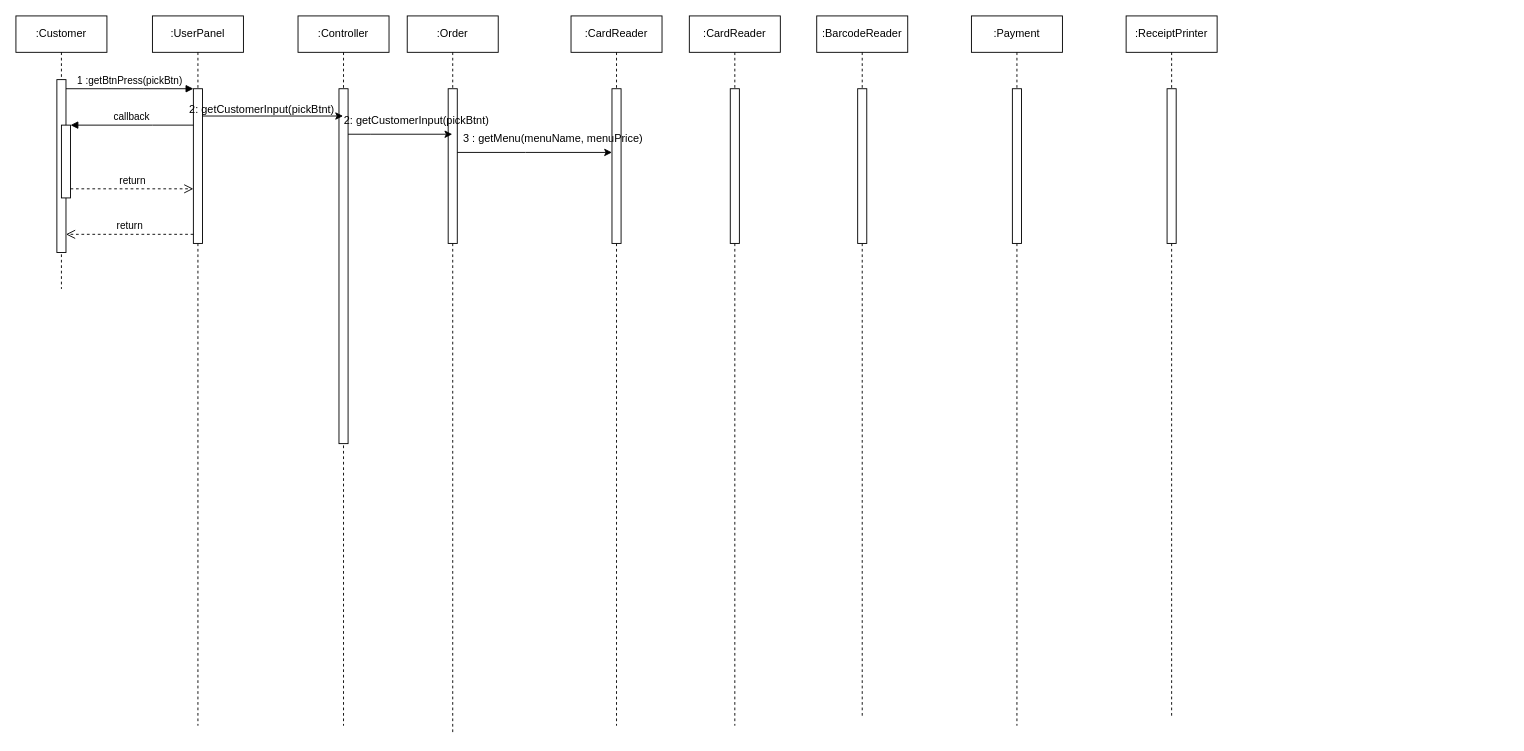
Before: 제목 없는 다이어그램.drawio in SSWU-light-2021/kiosk_UML, a draw.io diagram. Source tidied: cells renumbered, new cells numbered last; positions are measured from the earlier drawing's top-left corner, leaving out a move shared by most shapes. Both pictures are drawn from the tidied source at 91%, with x=0, y=0 at pixel (15, 15).
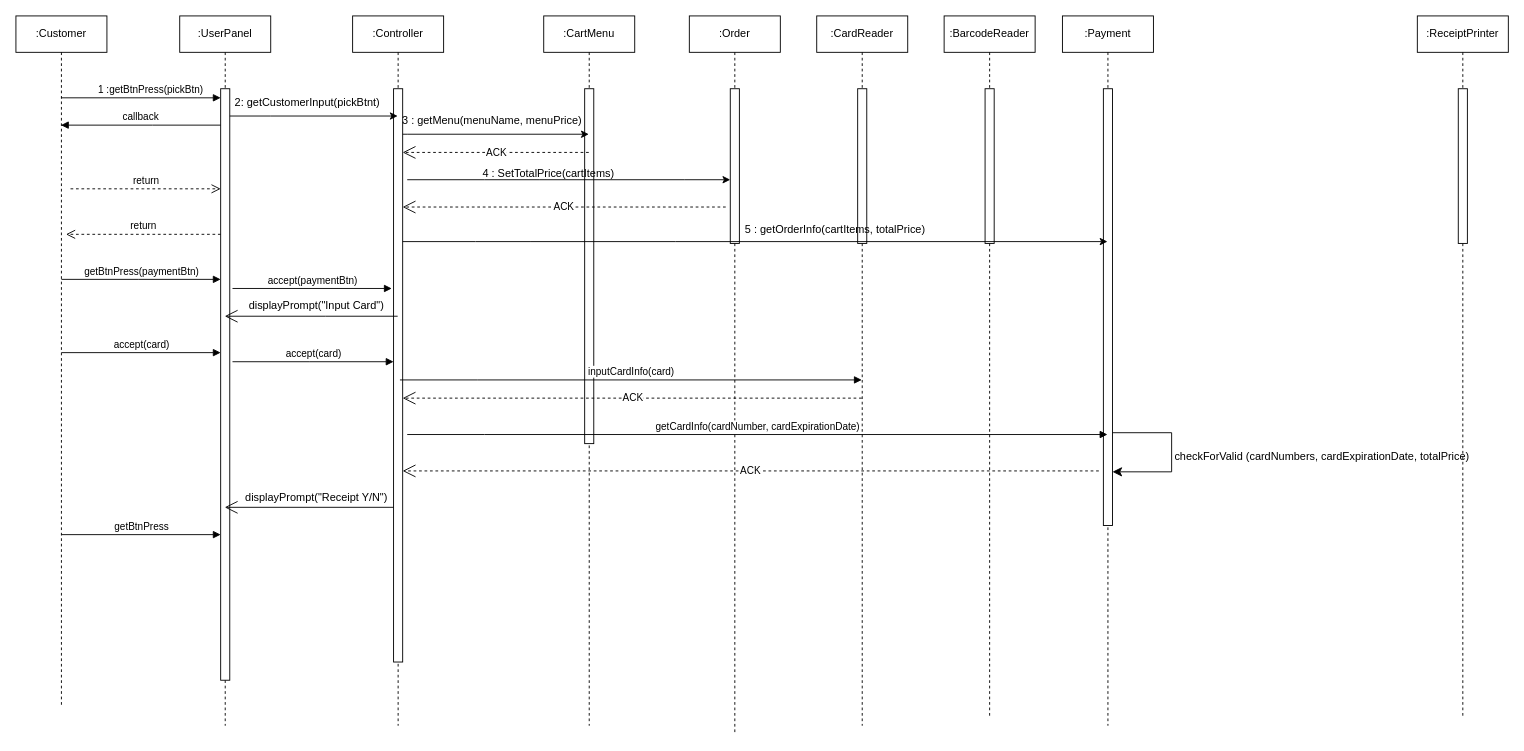
Above is the later version.

Commit message (it also covers changes not shown here):
제목 없는 다이어그램.drawio 업데이트

The change refers to these unchanged cells:
```xml
<mxCell id="14" style="html=1;points=[];perimeter=orthogonalPerimeter;outlineConnect=0;targetShapes=umlLifeline;portConstraint=eastwest;newEdgeStyle={&quot;edgeStyle&quot;:&quot;elbowEdgeStyle&quot;,&quot;elbow&quot;:&quot;vertical&quot;,&quot;curved&quot;:0,&quot;rounded&quot;:0};" parent="13" vertex="1">
  <mxGeometry x="45" y="80" width="10" height="170" as="geometry" />
</mxCell>
```

The edit, as a diff of the source:
```diff
@@
     <mxCell id="2" value=":Customer" style="shape=umlLifeline;perimeter=lifelinePerimeter;whiteSpace=wrap;html=1;outlineConnect=0;portConstraint=eastwest;newEdgeStyle={&quot;edgeStyle&quot;:&quot;elbowEdgeStyle&quot;,&quot;elbow&quot;:&quot;vertical&quot;,&quot;curved&quot;:0,&quot;rounded&quot;:0};" parent="1" vertex="1">
-      <mxGeometry width="100" height="300" as="geometry" />
+      <mxGeometry width="100" height="760" as="geometry" />
     </mxCell>
-    <mxCell id="3" style="html=1;points=[];perimeter=orthogonalPerimeter;outlineConnect=0;targetShapes=umlLifeline;portConstraint=eastwest;newEdgeStyle={&quot;edgeStyle&quot;:&quot;elbowEdgeStyle&quot;,&quot;elbow&quot;:&quot;vertical&quot;,&quot;curved&quot;:0,&quot;rounded&quot;:0};" parent="2" vertex="1">
-      <mxGeometry x="45" y="70" width="10" height="190" as="geometry" />
-    </mxCell>
-    <mxCell id="4" style="html=1;points=[];perimeter=orthogonalPerimeter;outlineConnect=0;targetShapes=umlLifeline;portConstraint=eastwest;newEdgeStyle={&quot;edgeStyle&quot;:&quot;elbowEdgeStyle&quot;,&quot;elbow&quot;:&quot;vertical&quot;,&quot;curved&quot;:0,&quot;rounded&quot;:0};" parent="2" vertex="1">
-      <mxGeometry x="50" y="120" width="10" height="80" as="geometry" />
-    </mxCell>
     <mxCell id="5" value=":UserPanel" style="shape=umlLifeline;perimeter=lifelinePerimeter;whiteSpace=wrap;html=1;outlineConnect=0;portConstraint=eastwest;newEdgeStyle={&quot;edgeStyle&quot;:&quot;elbowEdgeStyle&quot;,&quot;elbow&quot;:&quot;vertical&quot;,&quot;curved&quot;:0,&quot;rounded&quot;:0};" parent="1" vertex="1">
-      <mxGeometry x="150" width="100" height="780" as="geometry" />
+      <mxGeometry x="180" width="100" height="780" as="geometry" />
     </mxCell>
     <mxCell id="6" style="html=1;points=[];perimeter=orthogonalPerimeter;outlineConnect=0;targetShapes=umlLifeline;portConstraint=eastwest;newEdgeStyle={&quot;edgeStyle&quot;:&quot;elbowEdgeStyle&quot;,&quot;elbow&quot;:&quot;vertical&quot;,&quot;curved&quot;:0,&quot;rounded&quot;:0};" parent="5" vertex="1">
-      <mxGeometry x="45" y="80" width="10" height="170" as="geometry" />
+      <mxGeometry x="45" y="80" width="10" height="650" as="geometry" />
     </mxCell>
-    <mxCell id="7" value="1 :getBtnPress(pickBtn)" style="html=1;verticalAlign=bottom;endArrow=block;edgeStyle=elbowEdgeStyle;elbow=vertical;curved=0;rounded=0;" parent="1" edge="1" source="3" target="6">
-      <mxGeometry relative="1" as="geometry">
+    <mxCell id="7" value="1 :getBtnPress(pickBtn)" style="html=1;verticalAlign=bottom;endArrow=block;edgeStyle=elbowEdgeStyle;elbow=vertical;curved=0;rounded=0;" parent="1" edge="1" source="2" target="6">
+      <mxGeometry x="0.12" relative="1" as="geometry">
         <Array as="points">
+          <mxPoint x="200" y="90" />
           <mxPoint x="140" y="80" />
         </Array>
       </mxGeometry>
     </mxCell>
-    <mxCell id="8" value="return" style="html=1;verticalAlign=bottom;endArrow=open;dashed=1;endSize=8;edgeStyle=elbowEdgeStyle;elbow=vertical;curved=0;rounded=0;" parent="1" edge="1" source="6" target="3">
+    <mxCell id="8" value="return" style="html=1;verticalAlign=bottom;endArrow=open;dashed=1;endSize=8;edgeStyle=elbowEdgeStyle;elbow=vertical;curved=0;rounded=0;" parent="1" edge="1" source="6">
       <mxGeometry relative="1" as="geometry">
+        <mxPoint x="55" y="240" as="targetPoint" />
         <Array as="points">
           <mxPoint x="150" y="240" />
         </Array>
       </mxGeometry>
     </mxCell>
-    <mxCell id="9" value="callback" style="html=1;verticalAlign=bottom;endArrow=block;edgeStyle=elbowEdgeStyle;elbow=vertical;curved=0;rounded=0;" parent="1" edge="1" source="6" target="4">
+    <mxCell id="9" value="callback" style="html=1;verticalAlign=bottom;endArrow=block;edgeStyle=elbowEdgeStyle;elbow=vertical;curved=0;rounded=0;" parent="1" edge="1" source="6" target="2">
       <mxGeometry relative="1" as="geometry">
         <Array as="points">
           <mxPoint x="150" y="120" />
         </Array>
       </mxGeometry>
     </mxCell>
-    <mxCell id="10" value="return" style="html=1;verticalAlign=bottom;endArrow=open;dashed=1;endSize=8;edgeStyle=elbowEdgeStyle;elbow=vertical;curved=0;rounded=0;" parent="1" edge="1" source="4" target="6">
+    <mxCell id="10" value="return" style="html=1;verticalAlign=bottom;endArrow=open;dashed=1;endSize=8;edgeStyle=elbowEdgeStyle;elbow=vertical;curved=0;rounded=0;" parent="1" edge="1" target="6">
       <mxGeometry relative="1" as="geometry">
+        <mxPoint x="60" y="190" as="sourcePoint" />
         <Array as="points">
           <mxPoint x="140" y="190" />
         </Array>
       </mxGeometry>
     </mxCell>
     <mxCell id="11" value=":Controller" style="shape=umlLifeline;perimeter=lifelinePerimeter;whiteSpace=wrap;html=1;outlineConnect=0;portConstraint=eastwest;newEdgeStyle={&quot;edgeStyle&quot;:&quot;elbowEdgeStyle&quot;,&quot;elbow&quot;:&quot;vertical&quot;,&quot;curved&quot;:0,&quot;rounded&quot;:0};" parent="1" vertex="1">
-      <mxGeometry x="310" width="100" height="780" as="geometry" />
+      <mxGeometry x="370" width="100" height="780" as="geometry" />
     </mxCell>
     <mxCell id="12" style="html=1;points=[];perimeter=orthogonalPerimeter;outlineConnect=0;targetShapes=umlLifeline;portConstraint=eastwest;newEdgeStyle={&quot;edgeStyle&quot;:&quot;elbowEdgeStyle&quot;,&quot;elbow&quot;:&quot;vertical&quot;,&quot;curved&quot;:0,&quot;rounded&quot;:0};" parent="11" vertex="1">
-      <mxGeometry x="45" y="80" width="10" height="390" as="geometry" />
+      <mxGeometry x="45" y="80" width="10" height="630" as="geometry" />
     </mxCell>
     <mxCell id="13" value=":Order" style="shape=umlLifeline;perimeter=lifelinePerimeter;whiteSpace=wrap;html=1;outlineConnect=0;portConstraint=eastwest;newEdgeStyle={&quot;edgeStyle&quot;:&quot;elbowEdgeStyle&quot;,&quot;elbow&quot;:&quot;vertical&quot;,&quot;curved&quot;:0,&quot;rounded&quot;:0};" parent="1" vertex="1">
-      <mxGeometry x="430" width="100" height="790" as="geometry" />
+      <mxGeometry x="740" width="100" height="790" as="geometry" />
     </mxCell>
@@
     <mxCell id="15" value=":CardReader" style="shape=umlLifeline;perimeter=lifelinePerimeter;whiteSpace=wrap;html=1;outlineConnect=0;portConstraint=eastwest;newEdgeStyle={&quot;edgeStyle&quot;:&quot;elbowEdgeStyle&quot;,&quot;elbow&quot;:&quot;vertical&quot;,&quot;curved&quot;:0,&quot;rounded&quot;:0};" parent="1" vertex="1">
-      <mxGeometry x="740" width="100" height="780" as="geometry" />
+      <mxGeometry x="880" width="100" height="780" as="geometry" />
     </mxCell>
@@
     <mxCell id="17" value=":BarcodeReader" style="shape=umlLifeline;perimeter=lifelinePerimeter;whiteSpace=wrap;html=1;newEdgeStyle={&quot;edgeStyle&quot;:&quot;elbowEdgeStyle&quot;,&quot;elbow&quot;:&quot;vertical&quot;,&quot;curved&quot;:0,&quot;rounded&quot;:0};" parent="1" vertex="1">
-      <mxGeometry x="880" width="100" height="770" as="geometry" />
+      <mxGeometry x="1020" width="100" height="770" as="geometry" />
     </mxCell>
@@
     <mxCell id="19" value=":Payment" style="shape=umlLifeline;perimeter=lifelinePerimeter;whiteSpace=wrap;html=1;outlineConnect=0;portConstraint=eastwest;newEdgeStyle={&quot;edgeStyle&quot;:&quot;elbowEdgeStyle&quot;,&quot;elbow&quot;:&quot;vertical&quot;,&quot;curved&quot;:0,&quot;rounded&quot;:0};" parent="1" vertex="1">
-      <mxGeometry x="1050" width="100" height="780" as="geometry" />
+      <mxGeometry x="1150" width="100" height="780" as="geometry" />
     </mxCell>
     <mxCell id="20" style="html=1;perimeter=orthogonalPerimeter;targetShapes=umlLifeline;newEdgeStyle={&quot;edgeStyle&quot;:&quot;elbowEdgeStyle&quot;,&quot;elbow&quot;:&quot;vertical&quot;,&quot;curved&quot;:0,&quot;rounded&quot;:0};" parent="19" vertex="1">
-      <mxGeometry x="45" y="80" width="10" height="170" as="geometry" />
+      <mxGeometry x="45" y="80" width="10" height="480" as="geometry" />
     </mxCell>
+    <mxCell id="31" style="edgeStyle=segmentEdgeStyle;endArrow=classic;html=1;curved=0;rounded=0;endSize=8;startSize=8;" parent="19" edge="1">
+      <mxGeometry relative="1" as="geometry">
+        <mxPoint x="55" y="458" as="sourcePoint" />
+        <mxPoint x="55" y="501" as="targetPoint" />
+        <Array as="points">
+          <mxPoint x="120" y="458" />
+          <mxPoint x="120" y="501" />
+        </Array>
+      </mxGeometry>
+    </mxCell>
     <mxCell id="21" value=":ReceiptPrinter" style="shape=umlLifeline;perimeter=lifelinePerimeter;whiteSpace=wrap;html=1;newEdgeStyle={&quot;edgeStyle&quot;:&quot;elbowEdgeStyle&quot;,&quot;elbow&quot;:&quot;vertical&quot;,&quot;curved&quot;:0,&quot;rounded&quot;:0};" parent="1" vertex="1">
-      <mxGeometry x="1220" width="100" height="770" as="geometry" />
+      <mxGeometry x="1540" width="100" height="770" as="geometry" />
     </mxCell>
@@
     <mxCell id="24" value="2: getCustomerInput(pickBtnt)" style="text;html=1;align=center;verticalAlign=middle;strokeColor=none;fillColor=none;" parent="1" vertex="1">
-      <mxGeometry x="180" y="88" width="180" height="30" as="geometry" />
+      <mxGeometry x="230" y="80" width="180" height="30" as="geometry" />
     </mxCell>
+    <mxCell id="32" value=":CartMenu" style="shape=umlLifeline;perimeter=lifelinePerimeter;whiteSpace=wrap;html=1;outlineConnect=0;portConstraint=eastwest;newEdgeStyle={&quot;edgeStyle&quot;:&quot;elbowEdgeStyle&quot;,&quot;elbow&quot;:&quot;vertical&quot;,&quot;curved&quot;:0,&quot;rounded&quot;:0};" parent="1" vertex="1">
+      <mxGeometry x="580" width="100" height="780" as="geometry" />
+    </mxCell>
+    <mxCell id="33" style="html=1;perimeter=orthogonalPerimeter;targetShapes=umlLifeline;newEdgeStyle={&quot;edgeStyle&quot;:&quot;elbowEdgeStyle&quot;,&quot;elbow&quot;:&quot;vertical&quot;,&quot;curved&quot;:0,&quot;rounded&quot;:0};" parent="32" vertex="1">
+      <mxGeometry x="45" y="80" width="10" height="390" as="geometry" />
+    </mxCell>
+    <mxCell id="30" value="3 : getMenu(menuName, menuPrice)" style="text;html=1;align=center;verticalAlign=middle;strokeColor=none;fillColor=none;" parent="1" vertex="1">
+      <mxGeometry x="413" y="100" width="220" height="30" as="geometry" />
+    </mxCell>
-    <mxCell id="25" style="endArrow=classic;html=1;rounded=0;" parent="1" edge="1" source="12" target="13">
+    <mxCell id="25" style="endArrow=classic;html=1;rounded=0;" parent="1" edge="1" source="12" target="32">
       <mxGeometry relative="1" as="geometry">
         <Array as="points">
-          <mxPoint x="390" y="130" />
+          <mxPoint x="430" y="130" />
         </Array>
       </mxGeometry>
     </mxCell>
-    <mxCell id="26" value="2: getCustomerInput(pickBtnt)" style="text;html=1;align=center;verticalAlign=middle;strokeColor=none;fillColor=none;" parent="1" vertex="1">
-      <mxGeometry x="350" y="100" width="180" height="30" as="geometry" />
-    </mxCell>
-    <mxCell id="27" value=":CardReader" style="shape=umlLifeline;perimeter=lifelinePerimeter;whiteSpace=wrap;html=1;newEdgeStyle={&quot;edgeStyle&quot;:&quot;elbowEdgeStyle&quot;,&quot;elbow&quot;:&quot;vertical&quot;,&quot;curved&quot;:0,&quot;rounded&quot;:0};size=40;" parent="1" vertex="1">
-      <mxGeometry x="610" width="100" height="780" as="geometry" />
-    </mxCell>
-    <mxCell id="28" style="html=1;points=[];perimeter=orthogonalPerimeter;outlineConnect=0;targetShapes=umlLifeline;portConstraint=eastwest;newEdgeStyle={&quot;edgeStyle&quot;:&quot;elbowEdgeStyle&quot;,&quot;elbow&quot;:&quot;vertical&quot;,&quot;curved&quot;:0,&quot;rounded&quot;:0};" parent="27" vertex="1">
-      <mxGeometry x="45" y="80" width="10" height="170" as="geometry" />
-    </mxCell>
-    <mxCell id="29" style="endArrow=classic;html=1;rounded=0;" parent="1" edge="1" source="14" target="28">
-      <mxGeometry relative="1" as="geometry">
-        <Array as="points">
-          <mxPoint x="560" y="150" />
-        </Array>
-      </mxGeometry>
-    </mxCell>
-    <mxCell id="30" value="3 : getMenu(menuName, menuPrice)" style="text;html=1;align=center;verticalAlign=middle;strokeColor=none;fillColor=none;" parent="1" vertex="1">
-      <mxGeometry x="480" y="120" width="220" height="30" as="geometry" />
-    </mxCell>
+    <mxCell id="34" value="ACK" style="endArrow=open;endSize=12;dashed=1;html=1;rounded=0;" parent="1" edge="1" source="32" target="12">
+      <mxGeometry relative="1" as="geometry">
+        <Array as="points">
+          <mxPoint x="520" y="150" />
+          <mxPoint x="450" y="150" />
+        </Array>
+      </mxGeometry>
+    </mxCell>
+    <mxCell id="35" style="endArrow=classic;html=1;rounded=0;" parent="1" edge="1" target="14">
+      <mxGeometry relative="1" as="geometry">
+        <mxPoint x="430" y="180" as="sourcePoint" />
+        <Array as="points">
+          <mxPoint x="515" y="180" />
+          <mxPoint x="575" y="180" />
+          <mxPoint x="735" y="180" />
+        </Array>
+      </mxGeometry>
+    </mxCell>
+    <mxCell id="36" value="4 :&amp;nbsp;SetTotalPrice(cartItems)" style="text;html=1;align=center;verticalAlign=middle;strokeColor=none;fillColor=none;" parent="1" vertex="1">
+      <mxGeometry x="500" y="158" width="170" height="30" as="geometry" />
+    </mxCell>
+    <mxCell id="37" value="ACK" style="endArrow=open;endSize=12;dashed=1;html=1;rounded=0;" parent="1" edge="1" target="12">
+      <mxGeometry relative="1" as="geometry">
+        <mxPoint x="780" y="210" as="sourcePoint" />
+        <Array as="points">
+          <mxPoint x="590" y="210" />
+        </Array>
+      </mxGeometry>
+    </mxCell>
+    <mxCell id="38" style="endArrow=classic;html=1;rounded=0;" parent="1" edge="1" source="12" target="19">
+      <mxGeometry relative="1" as="geometry">
+        <Array as="points">
+          <mxPoint x="505" y="248" />
+          <mxPoint x="565" y="248" />
+          <mxPoint x="725" y="248" />
+        </Array>
+      </mxGeometry>
+    </mxCell>
+    <mxCell id="39" value="5 : getOrderInfo(cartItems, totalPrice)" style="text;html=1;align=center;verticalAlign=middle;strokeColor=none;fillColor=none;" parent="1" vertex="1">
+      <mxGeometry x="790" y="220" width="220" height="30" as="geometry" />
+    </mxCell>
+    <mxCell id="40" value="getBtnPress(paymentBtn)" style="html=1;verticalAlign=bottom;endArrow=block;edgeStyle=elbowEdgeStyle;elbow=vertical;curved=0;rounded=0;" parent="1" edge="1" target="6">
+      <mxGeometry relative="1" as="geometry">
+        <mxPoint x="50" y="289.5" as="sourcePoint" />
+        <Array as="points">
+          <mxPoint x="135" y="289.5" />
+        </Array>
+      </mxGeometry>
+    </mxCell>
+    <mxCell id="41" value="accept(paymentBtn)" style="html=1;verticalAlign=bottom;endArrow=block;edgeStyle=elbowEdgeStyle;elbow=vertical;curved=0;rounded=0;" parent="1" edge="1">
+      <mxGeometry relative="1" as="geometry">
+        <mxPoint x="238" y="299.5" as="sourcePoint" />
+        <mxPoint x="413" y="300" as="targetPoint" />
+        <Array as="points">
+          <mxPoint x="323" y="299.5" />
+        </Array>
+      </mxGeometry>
+    </mxCell>
+    <mxCell id="42" value="accept(card)" style="html=1;verticalAlign=bottom;endArrow=block;edgeStyle=elbowEdgeStyle;elbow=vertical;curved=0;rounded=0;" parent="1" edge="1">
+      <mxGeometry relative="1" as="geometry">
+        <mxPoint x="50" y="370" as="sourcePoint" />
+        <mxPoint x="225" y="370.5" as="targetPoint" />
+        <Array as="points">
+          <mxPoint x="135" y="370" />
+        </Array>
+      </mxGeometry>
+    </mxCell>
+    <mxCell id="43" value="accept(card)" style="html=1;verticalAlign=bottom;endArrow=block;edgeStyle=elbowEdgeStyle;elbow=vertical;curved=0;rounded=0;" parent="1" edge="1" target="12">
+      <mxGeometry relative="1" as="geometry">
+        <mxPoint x="238" y="380" as="sourcePoint" />
+        <Array as="points">
+          <mxPoint x="323" y="380" />
+        </Array>
+      </mxGeometry>
+    </mxCell>
+    <mxCell id="44" style="endArrow=open;endFill=1;endSize=12;html=1;rounded=0;" parent="1" edge="1" source="11" target="5">
+      <mxGeometry relative="1" as="geometry">
+        <Array as="points">
+          <mxPoint x="340" y="330" />
+        </Array>
+      </mxGeometry>
+    </mxCell>
+    <mxCell id="45" value="displayPrompt(&quot;Input Card&quot;)" style="text;html=1;align=center;verticalAlign=middle;strokeColor=none;fillColor=none;" parent="1" vertex="1">
+      <mxGeometry x="245" y="304" width="170" height="30" as="geometry" />
+    </mxCell>
+    <mxCell id="46" value="inputCardInfo(card)" style="html=1;verticalAlign=bottom;endArrow=block;edgeStyle=elbowEdgeStyle;elbow=vertical;curved=0;rounded=0;" parent="1" edge="1" target="15">
+      <mxGeometry relative="1" as="geometry">
+        <mxPoint x="422" y="400" as="sourcePoint" />
+        <Array as="points">
+          <mxPoint x="507" y="400" />
+        </Array>
+      </mxGeometry>
+    </mxCell>
+    <mxCell id="47" value="ACK" style="endArrow=open;endSize=12;dashed=1;html=1;rounded=0;" parent="1" edge="1" source="15">
+      <mxGeometry relative="1" as="geometry">
+        <mxPoint x="425" y="420" as="targetPoint" />
+      </mxGeometry>
+    </mxCell>
+    <mxCell id="48" value="getCardInfo(cardNumber, cardExpirationDate)" style="html=1;verticalAlign=bottom;endArrow=block;edgeStyle=elbowEdgeStyle;elbow=vertical;curved=0;rounded=0;" parent="1" edge="1" target="19">
+      <mxGeometry relative="1" as="geometry">
+        <mxPoint x="430" y="460" as="sourcePoint" />
+        <Array as="points">
+          <mxPoint x="515" y="460" />
+        </Array>
+      </mxGeometry>
+    </mxCell>
+    <mxCell id="49" value="ACK" style="endArrow=open;endSize=12;dashed=1;html=1;rounded=0;" parent="1" edge="1">
+      <mxGeometry relative="1" as="geometry">
+        <mxPoint x="1190" y="500" as="sourcePoint" />
+        <mxPoint x="425" y="500" as="targetPoint" />
+        <Array as="points">
+          <mxPoint x="700" y="500" />
+        </Array>
+      </mxGeometry>
+    </mxCell>
+    <mxCell id="50" value="checkForValid (cardNumbers, cardExpirationDate, totalPrice)" style="text;html=1;align=center;verticalAlign=middle;strokeColor=none;fillColor=none;" parent="1" vertex="1">
+      <mxGeometry x="1260" y="470" width="350" height="30" as="geometry" />
+    </mxCell>
+    <mxCell id="51" style="endArrow=open;endFill=1;endSize=12;html=1;rounded=0;" parent="1" edge="1" source="12" target="5">
+      <mxGeometry relative="1" as="geometry">
+        <Array as="points">
+          <mxPoint x="410" y="540" />
+        </Array>
+      </mxGeometry>
+    </mxCell>
+    <mxCell id="52" value="displayPrompt(&quot;Receipt Y/N&quot;)" style="text;html=1;align=center;verticalAlign=middle;strokeColor=none;fillColor=none;" parent="1" vertex="1">
+      <mxGeometry x="240" y="515" width="180" height="30" as="geometry" />
+    </mxCell>
+    <mxCell id="53" value="getBtnPress" style="html=1;verticalAlign=bottom;endArrow=block;edgeStyle=elbowEdgeStyle;elbow=vertical;curved=0;rounded=0;" parent="1" edge="1">
+      <mxGeometry relative="1" as="geometry">
+        <mxPoint x="50" y="570" as="sourcePoint" />
+        <mxPoint x="225" y="570.5" as="targetPoint" />
+        <Array as="points">
+          <mxPoint x="135" y="570" />
+        </Array>
+      </mxGeometry>
+    </mxCell>
```
